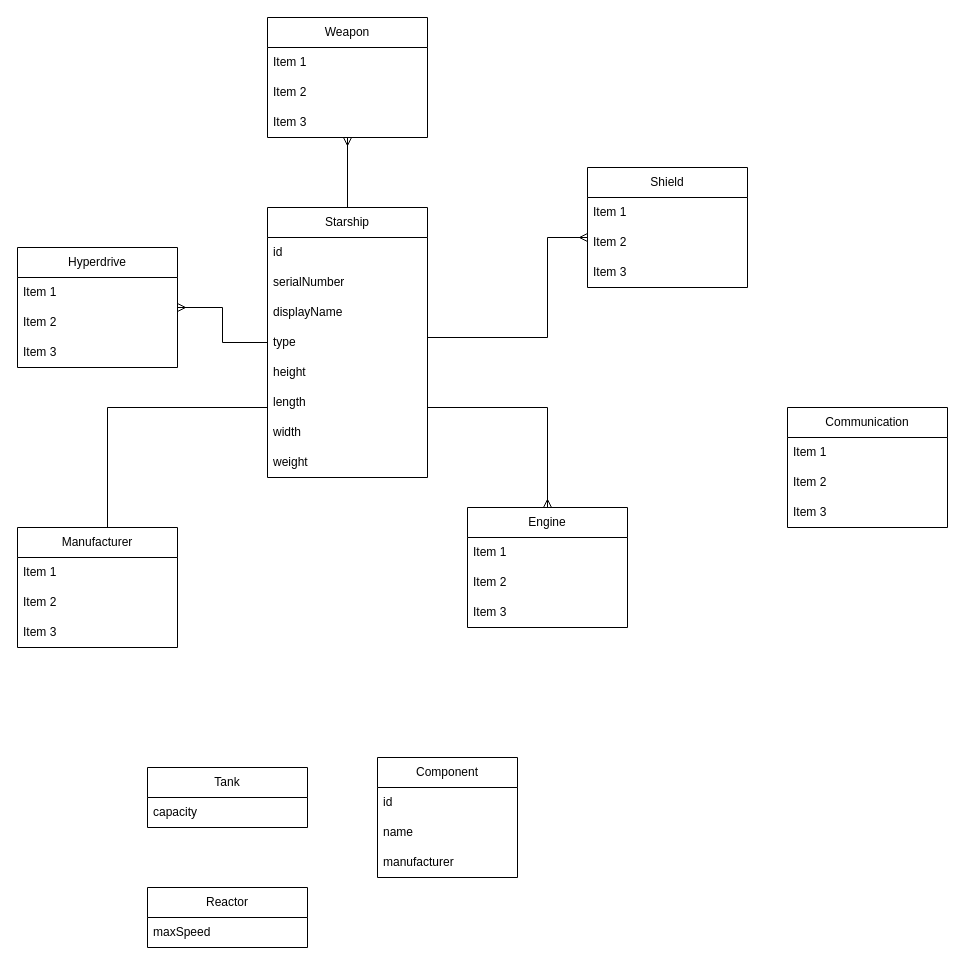
Above: page "DynamoDB-ERD" (1 of 2) of doc/starshipConfigurer.drawio in skrollu/starship-configurer (draw.io), before the change. Source tidied: cells renumbered, new cells numbered last; positions are measured from the earlier drawing's top-left corner, leaving out a move shared by most shapes. Both pictures are drawn from the tidied source at 100%, with x=0, y=0 at pixel (17, 17).
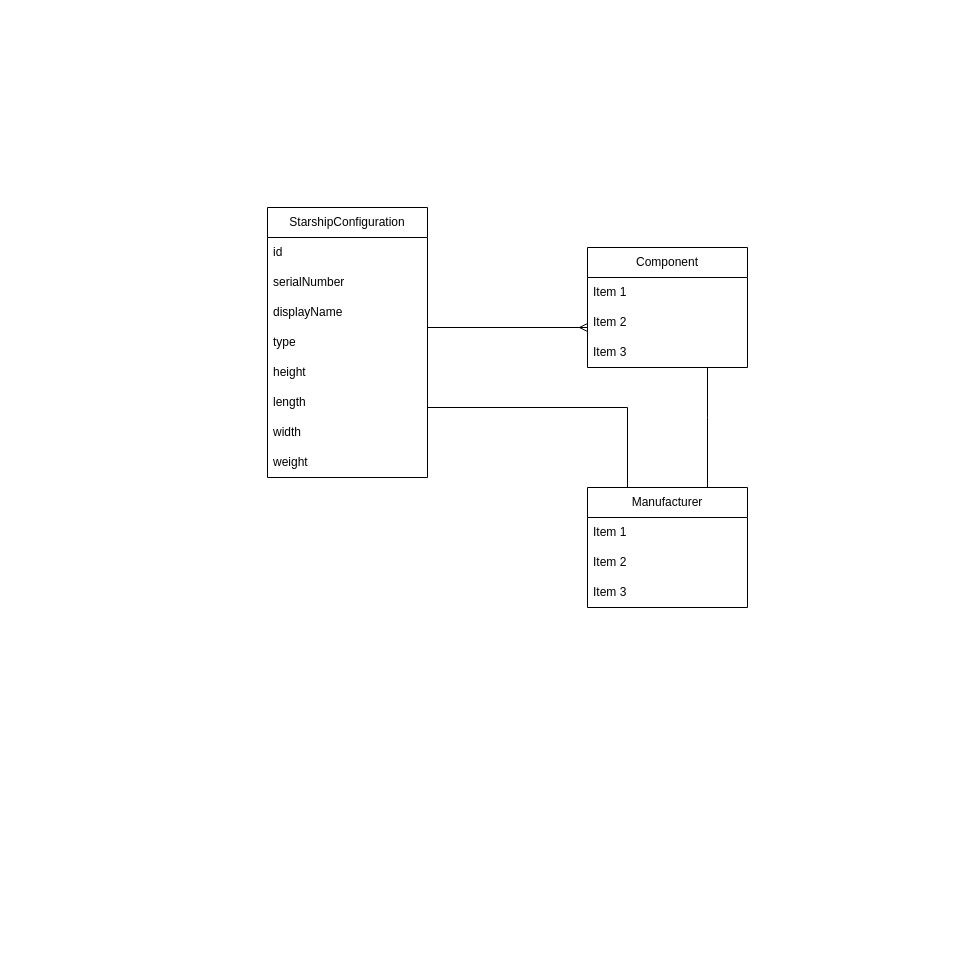
The same diagram, later.

What changed in the source:
```diff
@@
-    <mxCell id="2" style="edgeStyle=orthogonalEdgeStyle;rounded=0;jettySize=auto;html=1;endArrow=ERmany;endFill=0;" parent="1" edge="1" source="6" target="15">
-      <mxGeometry relative="1" as="geometry" />
-    </mxCell>
-    <mxCell id="3" style="edgeStyle=orthogonalEdgeStyle;rounded=0;jettySize=auto;html=1;endArrow=ERmany;endFill=0;" parent="1" edge="1" source="6" target="19">
-      <mxGeometry relative="1" as="geometry">
-        <Array as="points">
-          <mxPoint x="530" y="390" />
-        </Array>
-      </mxGeometry>
-    </mxCell>
     <mxCell id="4" style="edgeStyle=orthogonalEdgeStyle;rounded=0;jettySize=auto;html=1;endArrow=ERmany;endFill=0;" parent="1" edge="1" target="23">
       <mxGeometry relative="1" as="geometry">
         <mxPoint x="410" y="240" as="sourcePoint" />
         <Array as="points">
-          <mxPoint x="410" y="320" />
-          <mxPoint x="530" y="320" />
-          <mxPoint x="530" y="220" />
+          <mxPoint x="410" y="310" />
         </Array>
       </mxGeometry>
     </mxCell>
     <mxCell id="5" style="edgeStyle=orthogonalEdgeStyle;rounded=0;jettySize=auto;html=1;endArrow=none;endFill=0;" parent="1" edge="1" source="6" target="36">
       <mxGeometry relative="1" as="geometry">
         <Array as="points">
-          <mxPoint x="90" y="390" />
+          <mxPoint x="610" y="390" />
         </Array>
       </mxGeometry>
     </mxCell>
-    <mxCell id="6" value="Starship" style="swimlane;fontStyle=0;horizontal=1;startSize=30;whiteSpace=wrap;html=1;" parent="1" vertex="1">
+    <mxCell id="6" value="StarshipConfiguration" style="swimlane;fontStyle=0;horizontal=1;startSize=30;whiteSpace=wrap;html=1;" parent="1" vertex="1">
       <mxGeometry x="250" y="190" width="160" height="270" as="geometry" />
     </mxCell>
@@
-    <mxCell id="15" value="Hyperdrive" style="swimlane;fontStyle=0;horizontal=1;startSize=30;whiteSpace=wrap;html=1;" parent="1" vertex="1">
-      <mxGeometry y="230" width="160" height="120" as="geometry" />
-    </mxCell>
-    <mxCell id="16" value="Item 1" style="text;strokeColor=none;fillColor=none;align=left;verticalAlign=middle;spacingLeft=4;spacingRight=4;overflow=hidden;whiteSpace=wrap;html=1;" parent="15" vertex="1">
-      <mxGeometry y="30" width="160" height="30" as="geometry" />
-    </mxCell>
-    <mxCell id="17" value="Item 2" style="text;strokeColor=none;fillColor=none;align=left;verticalAlign=middle;spacingLeft=4;spacingRight=4;overflow=hidden;whiteSpace=wrap;html=1;" parent="15" vertex="1">
-      <mxGeometry y="60" width="160" height="30" as="geometry" />
-    </mxCell>
-    <mxCell id="18" value="Item 3" style="text;strokeColor=none;fillColor=none;align=left;verticalAlign=middle;spacingLeft=4;spacingRight=4;overflow=hidden;whiteSpace=wrap;html=1;" parent="15" vertex="1">
-      <mxGeometry y="90" width="160" height="30" as="geometry" />
-    </mxCell>
-    <mxCell id="19" value="Engine" style="swimlane;fontStyle=0;horizontal=1;startSize=30;whiteSpace=wrap;html=1;" parent="1" vertex="1">
-      <mxGeometry x="450" y="490" width="160" height="120" as="geometry" />
-    </mxCell>
-    <mxCell id="20" value="Item 1" style="text;strokeColor=none;fillColor=none;align=left;verticalAlign=middle;spacingLeft=4;spacingRight=4;overflow=hidden;whiteSpace=wrap;html=1;" parent="19" vertex="1">
-      <mxGeometry y="30" width="160" height="30" as="geometry" />
-    </mxCell>
-    <mxCell id="21" value="Item 2" style="text;strokeColor=none;fillColor=none;align=left;verticalAlign=middle;spacingLeft=4;spacingRight=4;overflow=hidden;whiteSpace=wrap;html=1;" parent="19" vertex="1">
-      <mxGeometry y="60" width="160" height="30" as="geometry" />
-    </mxCell>
-    <mxCell id="22" value="Item 3" style="text;strokeColor=none;fillColor=none;align=left;verticalAlign=middle;spacingLeft=4;spacingRight=4;overflow=hidden;whiteSpace=wrap;html=1;" parent="19" vertex="1">
-      <mxGeometry y="90" width="160" height="30" as="geometry" />
-    </mxCell>
+    <mxCell id="48" style="edgeStyle=orthogonalEdgeStyle;rounded=0;jettySize=auto;html=1;endArrow=none;endFill=0;" parent="1" edge="1" source="23" target="36">
+      <mxGeometry relative="1" as="geometry">
+        <Array as="points">
+          <mxPoint x="690" y="400" />
+          <mxPoint x="690" y="400" />
+        </Array>
+      </mxGeometry>
+    </mxCell>
-    <mxCell id="23" value="Shield" style="swimlane;fontStyle=0;horizontal=1;startSize=30;whiteSpace=wrap;html=1;" parent="1" vertex="1">
-      <mxGeometry x="570" y="150" width="160" height="120" as="geometry" />
+    <mxCell id="23" value="Component" style="swimlane;fontStyle=0;horizontal=1;startSize=30;whiteSpace=wrap;html=1;" parent="1" vertex="1">
+      <mxGeometry x="570" y="230" width="160" height="120" as="geometry" />
     </mxCell>
@@
-    <mxCell id="27" value="Weapon" style="swimlane;fontStyle=0;horizontal=1;startSize=30;whiteSpace=wrap;html=1;" parent="1" vertex="1">
-      <mxGeometry x="250" width="160" height="120" as="geometry" />
-    </mxCell>
-    <mxCell id="28" value="Item 1" style="text;strokeColor=none;fillColor=none;align=left;verticalAlign=middle;spacingLeft=4;spacingRight=4;overflow=hidden;whiteSpace=wrap;html=1;" parent="27" vertex="1">
-      <mxGeometry y="30" width="160" height="30" as="geometry" />
-    </mxCell>
-    <mxCell id="29" value="Item 2" style="text;strokeColor=none;fillColor=none;align=left;verticalAlign=middle;spacingLeft=4;spacingRight=4;overflow=hidden;whiteSpace=wrap;html=1;" parent="27" vertex="1">
-      <mxGeometry y="60" width="160" height="30" as="geometry" />
-    </mxCell>
-    <mxCell id="30" value="Item 3" style="text;strokeColor=none;fillColor=none;align=left;verticalAlign=middle;spacingLeft=4;spacingRight=4;overflow=hidden;whiteSpace=wrap;html=1;" parent="27" vertex="1">
-      <mxGeometry y="90" width="160" height="30" as="geometry" />
-    </mxCell>
-    <mxCell id="31" value="Communication" style="swimlane;fontStyle=0;horizontal=1;startSize=30;whiteSpace=wrap;html=1;" parent="1" vertex="1">
-      <mxGeometry x="770" y="390" width="160" height="120" as="geometry" />
-    </mxCell>
-    <mxCell id="32" value="Item 1" style="text;strokeColor=none;fillColor=none;align=left;verticalAlign=middle;spacingLeft=4;spacingRight=4;overflow=hidden;whiteSpace=wrap;html=1;" parent="31" vertex="1">
-      <mxGeometry y="30" width="160" height="30" as="geometry" />
-    </mxCell>
-    <mxCell id="33" value="Item 2" style="text;strokeColor=none;fillColor=none;align=left;verticalAlign=middle;spacingLeft=4;spacingRight=4;overflow=hidden;whiteSpace=wrap;html=1;" parent="31" vertex="1">
-      <mxGeometry y="60" width="160" height="30" as="geometry" />
-    </mxCell>
-    <mxCell id="34" value="Item 3" style="text;strokeColor=none;fillColor=none;align=left;verticalAlign=middle;spacingLeft=4;spacingRight=4;overflow=hidden;whiteSpace=wrap;html=1;" parent="31" vertex="1">
-      <mxGeometry y="90" width="160" height="30" as="geometry" />
-    </mxCell>
-    <mxCell id="35" style="edgeStyle=orthogonalEdgeStyle;rounded=0;jettySize=auto;html=1;endArrow=ERmany;endFill=0;" parent="1" edge="1" source="6" target="27">
-      <mxGeometry relative="1" as="geometry" />
-    </mxCell>
     <mxCell id="36" value="Manufacturer" style="swimlane;fontStyle=0;horizontal=1;startSize=30;whiteSpace=wrap;html=1;" parent="1" vertex="1">
-      <mxGeometry y="510" width="160" height="120" as="geometry" />
+      <mxGeometry x="570" y="470" width="160" height="120" as="geometry" />
     </mxCell>
-    <mxCell id="37" value="Item 1" style="text;strokeColor=none;fillColor=none;align=left;verticalAlign=middle;spacingLeft=4;spacingRight=4;overflow=hidden;whiteSpace=wrap;html=1;" parent="36" vertex="1">
-      <mxGeometry y="30" width="160" height="30" as="geometry" />
-    </mxCell>
-    <mxCell id="38" value="Item 2" style="text;strokeColor=none;fillColor=none;align=left;verticalAlign=middle;spacingLeft=4;spacingRight=4;overflow=hidden;whiteSpace=wrap;html=1;" parent="36" vertex="1">
-      <mxGeometry y="60" width="160" height="30" as="geometry" />
-    </mxCell>
-    <mxCell id="39" value="Item 3" style="text;strokeColor=none;fillColor=none;align=left;verticalAlign=middle;spacingLeft=4;spacingRight=4;overflow=hidden;whiteSpace=wrap;html=1;" parent="36" vertex="1">
-      <mxGeometry y="90" width="160" height="30" as="geometry" />
-    </mxCell>
-    <mxCell id="40" value="Component" style="swimlane;fontStyle=0;horizontal=1;startSize=30;whiteSpace=wrap;html=1;" parent="1" vertex="1">
-      <mxGeometry x="360" y="740" width="140" height="120" as="geometry" />
-    </mxCell>
-    <mxCell id="41" value="id" style="text;strokeColor=none;fillColor=none;align=left;verticalAlign=middle;spacingLeft=4;spacingRight=4;overflow=hidden;whiteSpace=wrap;html=1;" parent="40" vertex="1">
-      <mxGeometry y="30" width="140" height="30" as="geometry" />
-    </mxCell>
-    <mxCell id="42" value="name" style="text;strokeColor=none;fillColor=none;align=left;verticalAlign=middle;spacingLeft=4;spacingRight=4;overflow=hidden;whiteSpace=wrap;html=1;" parent="40" vertex="1">
-      <mxGeometry y="60" width="140" height="30" as="geometry" />
-    </mxCell>
-    <mxCell id="43" value="manufacturer" style="text;strokeColor=none;fillColor=none;align=left;verticalAlign=middle;spacingLeft=4;spacingRight=4;overflow=hidden;whiteSpace=wrap;html=1;" parent="40" vertex="1">
-      <mxGeometry y="90" width="140" height="30" as="geometry" />
-    </mxCell>
-    <mxCell id="44" value="Tank" style="swimlane;fontStyle=0;horizontal=1;startSize=30;whiteSpace=wrap;html=1;" parent="1" vertex="1">
-      <mxGeometry x="130" y="750" width="160" height="60" as="geometry" />
-    </mxCell>
-    <mxCell id="45" value="capacity" style="text;strokeColor=none;fillColor=none;align=left;verticalAlign=middle;spacingLeft=4;spacingRight=4;overflow=hidden;whiteSpace=wrap;html=1;" parent="44" vertex="1">
-      <mxGeometry y="30" width="160" height="30" as="geometry" />
-    </mxCell>
-    <mxCell id="46" value="Reactor" style="swimlane;fontStyle=0;horizontal=1;startSize=30;whiteSpace=wrap;html=1;" parent="1" vertex="1">
-      <mxGeometry x="130" y="870" width="160" height="60" as="geometry" />
-    </mxCell>
-    <mxCell id="47" value="maxSpeed" style="text;strokeColor=none;fillColor=none;align=left;verticalAlign=middle;spacingLeft=4;spacingRight=4;overflow=hidden;whiteSpace=wrap;html=1;" parent="46" vertex="1">
-      <mxGeometry y="30" width="160" height="30" as="geometry" />
-    </mxCell>
+    <mxCell id="49" value="Item 1" style="text;strokeColor=none;fillColor=none;align=left;verticalAlign=middle;spacingLeft=4;spacingRight=4;overflow=hidden;whiteSpace=wrap;html=1;" parent="36" vertex="1">
+      <mxGeometry y="30" width="160" height="30" as="geometry" />
+    </mxCell>
+    <mxCell id="50" value="Item 2" style="text;strokeColor=none;fillColor=none;align=left;verticalAlign=middle;spacingLeft=4;spacingRight=4;overflow=hidden;whiteSpace=wrap;html=1;" parent="36" vertex="1">
+      <mxGeometry y="60" width="160" height="30" as="geometry" />
+    </mxCell>
+    <mxCell id="51" value="Item 3" style="text;strokeColor=none;fillColor=none;align=left;verticalAlign=middle;spacingLeft=4;spacingRight=4;overflow=hidden;whiteSpace=wrap;html=1;" parent="36" vertex="1">
+      <mxGeometry y="90" width="160" height="30" as="geometry" />
+    </mxCell>
```
